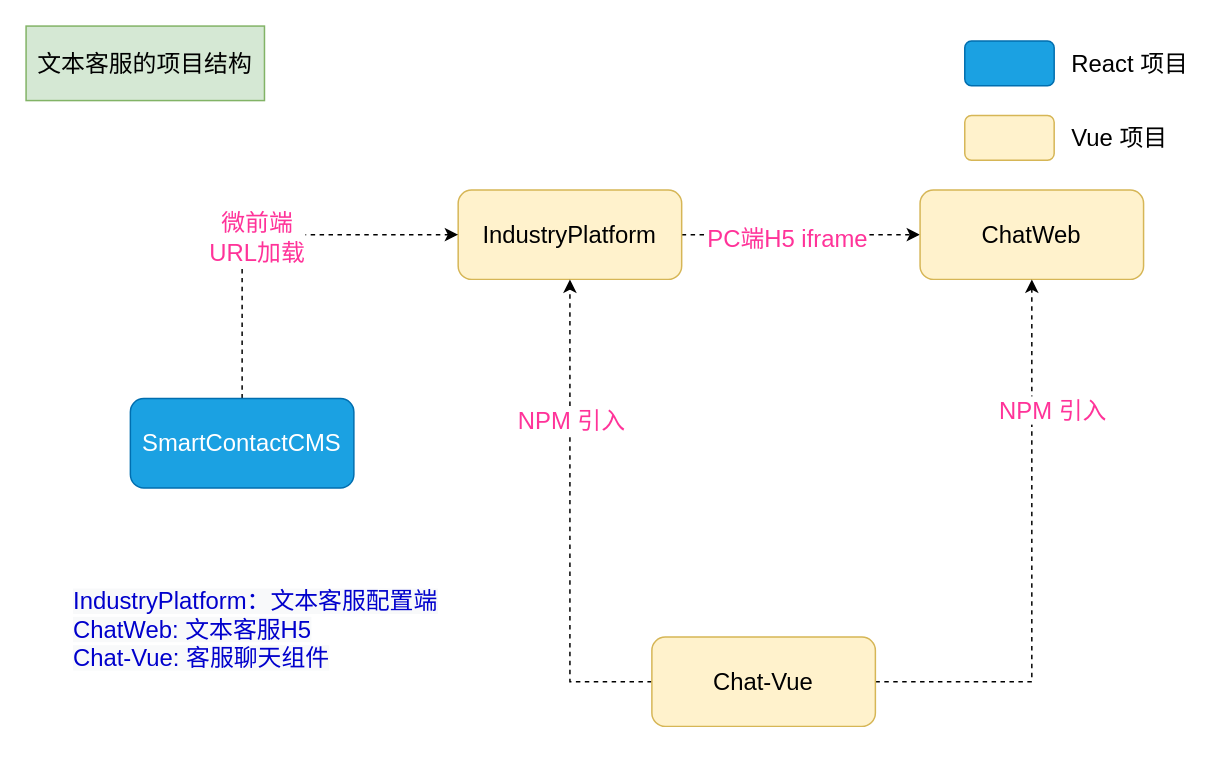
Above: page "第 2 页" (2 of 2) of Untitled Diagram.drawio in weiwei-web-road/vue-scaffold (draw.io), before the change. Source tidied: cells renumbered, new cells numbered last; positions are measured from the earlier drawing's top-left corner, leaving out a move shared by most shapes. Both pictures are drawn from the tidied source at 149%, with x=0, y=0 at pixel (25, 25).
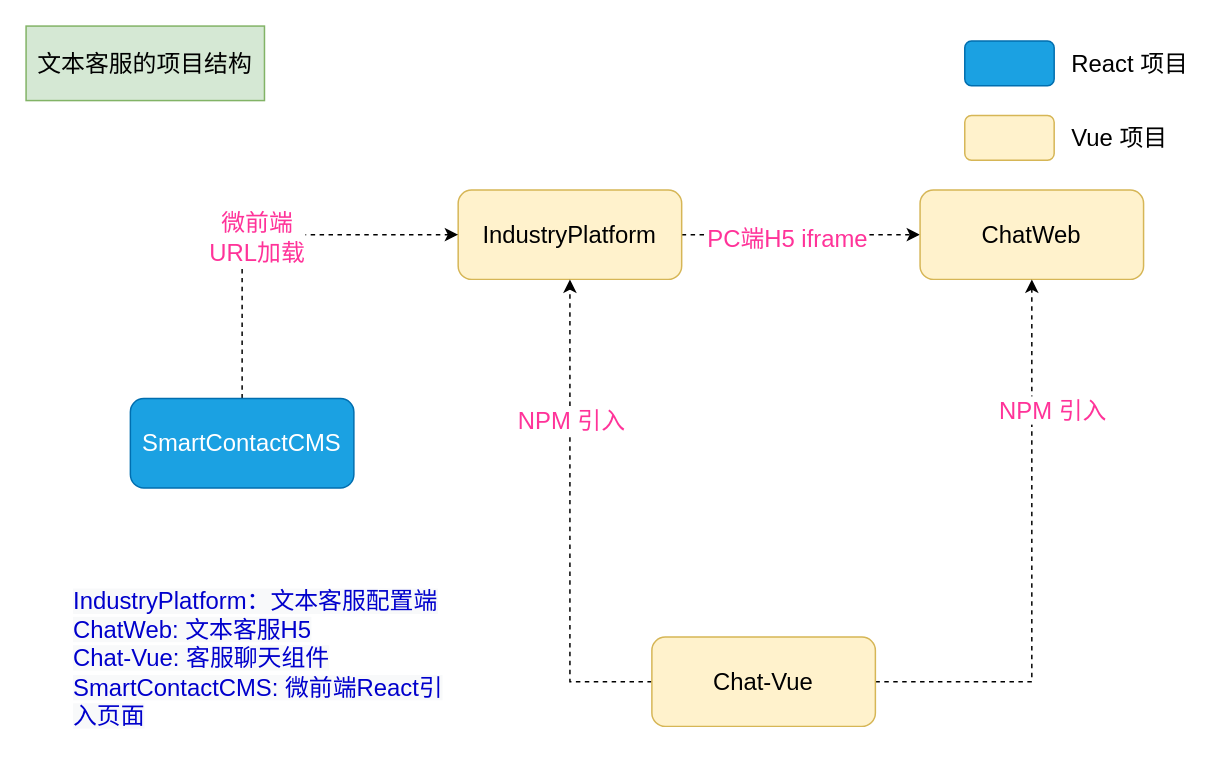
The same diagram, later.

What changed in the source:
```diff
@@
-    <mxCell id="19" value="&lt;span style=&quot;font-family: Helvetica; font-size: 16px; font-style: normal; font-variant-ligatures: normal; font-variant-caps: normal; font-weight: 400; letter-spacing: normal; orphans: 2; text-align: center; text-indent: 0px; text-transform: none; widows: 2; word-spacing: 0px; -webkit-text-stroke-width: 0px; background-color: rgb(248, 249, 250); text-decoration-thickness: initial; text-decoration-style: initial; text-decoration-color: initial; float: none; display: inline !important;&quot;&gt;IndustryPlatform：文本客服配置端&lt;br&gt;ChatWeb: 文本客服H5&lt;br&gt;Chat-Vue: 客服聊天组件&lt;br&gt;&lt;/span&gt;" style="text;whiteSpace=wrap;html=1;fontSize=16;fontColor=#0000CC;" parent="1" vertex="1">
+    <mxCell id="19" value="&lt;span style=&quot;font-family: Helvetica; font-size: 16px; font-style: normal; font-variant-ligatures: normal; font-variant-caps: normal; font-weight: 400; letter-spacing: normal; orphans: 2; text-align: center; text-indent: 0px; text-transform: none; widows: 2; word-spacing: 0px; -webkit-text-stroke-width: 0px; background-color: rgb(248, 249, 250); text-decoration-thickness: initial; text-decoration-style: initial; text-decoration-color: initial; float: none; display: inline !important;&quot;&gt;IndustryPlatform：文本客服配置端&lt;br&gt;ChatWeb: 文本客服H5&lt;br&gt;Chat-Vue: 客服聊天组件&lt;br&gt;SmartContactCMS: 微前端React引入页面&lt;br&gt;&lt;/span&gt;" style="text;whiteSpace=wrap;html=1;fontSize=16;fontColor=#0000CC;" parent="1" vertex="1">
       <mxGeometry x="30" y="370" width="260" height="40" as="geometry" />
     </mxCell>
```
